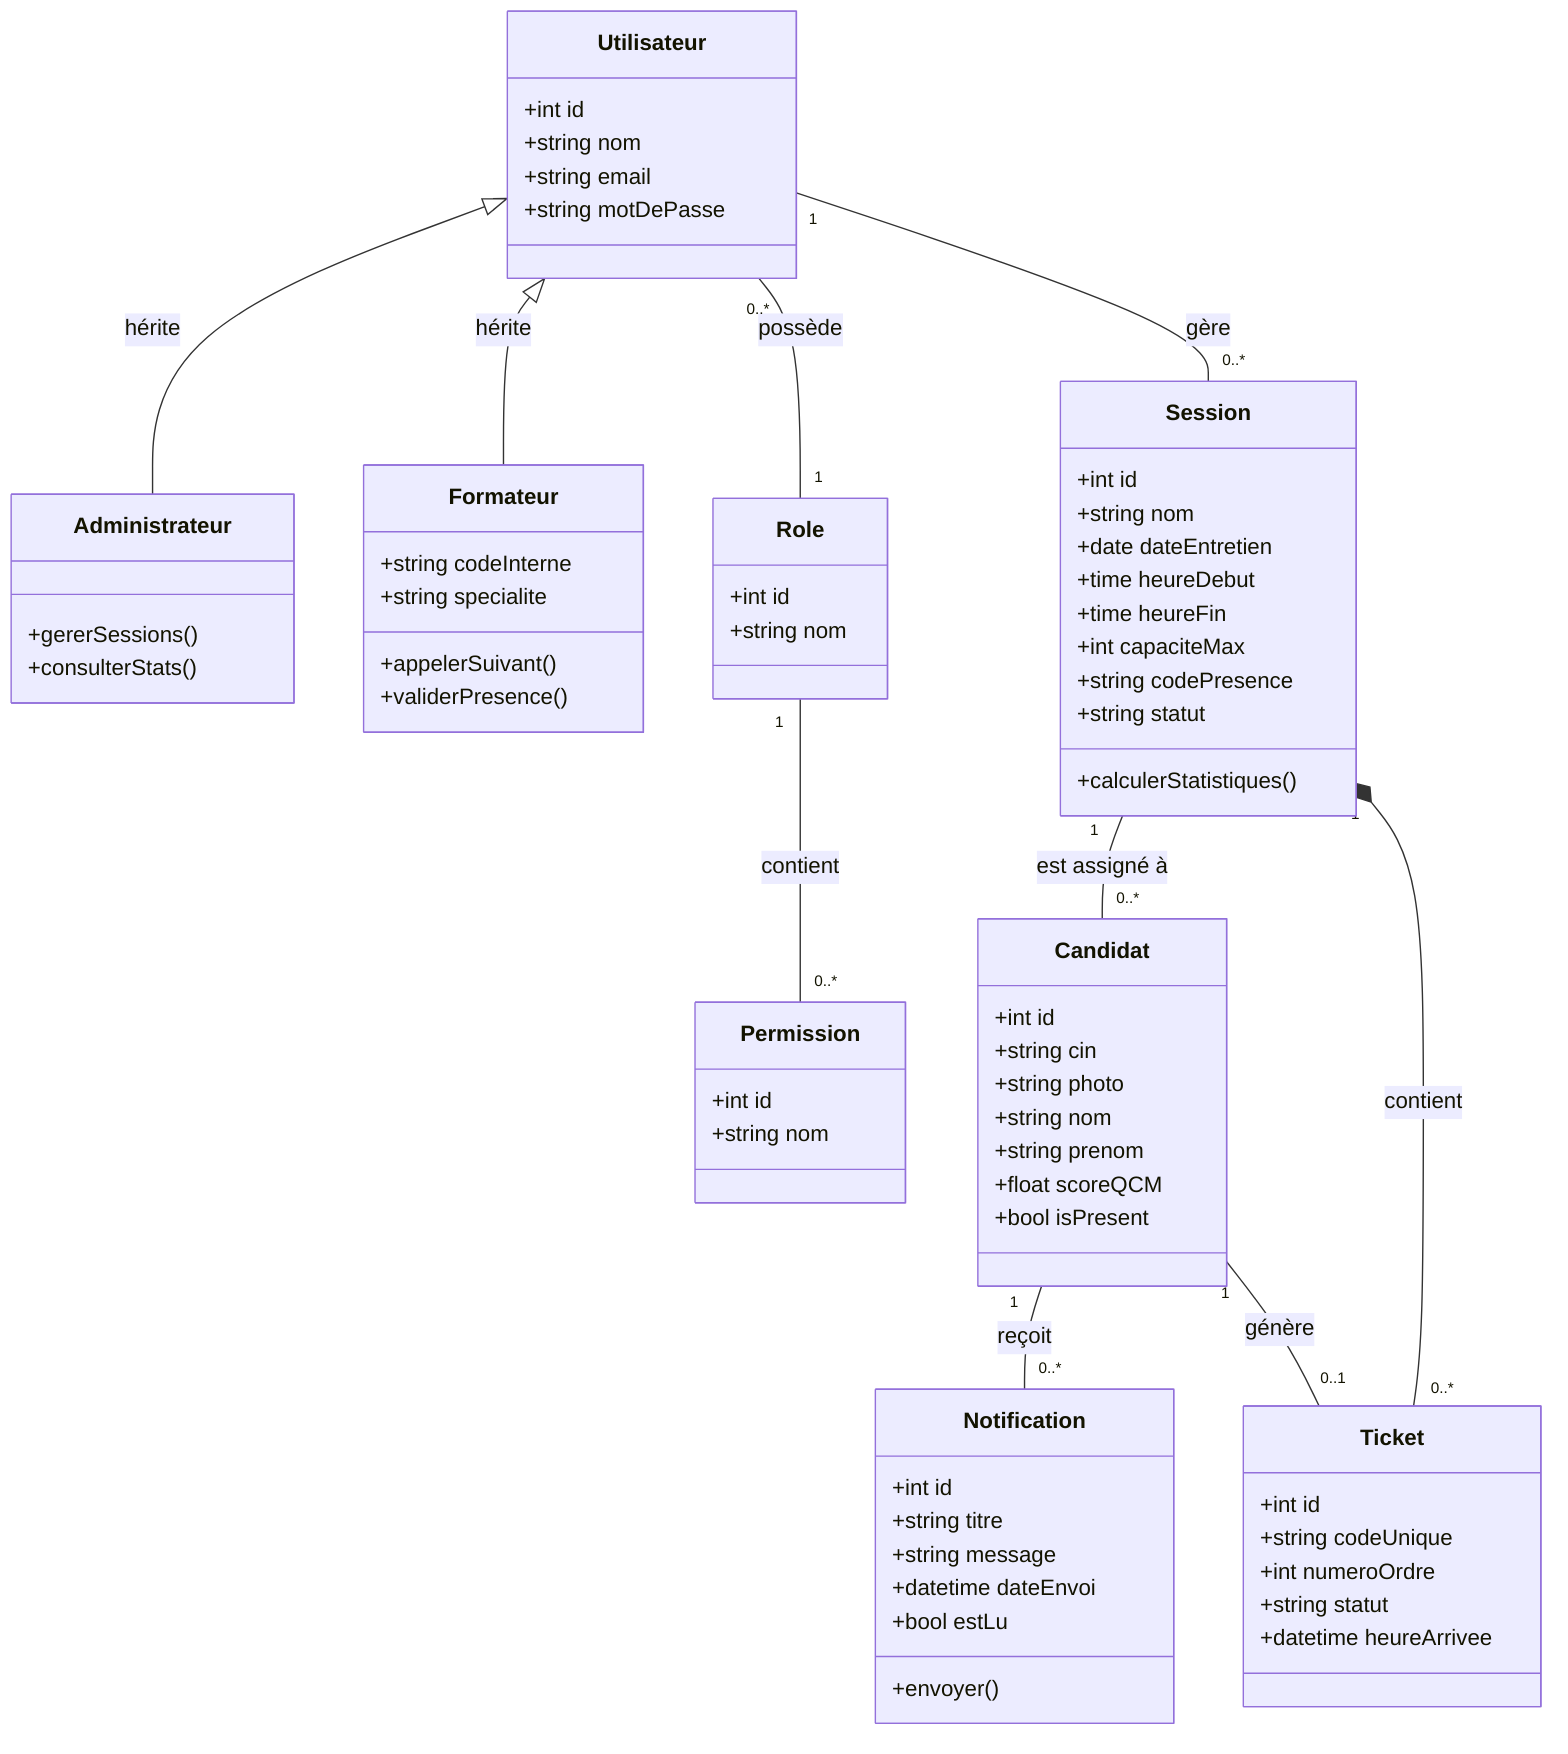
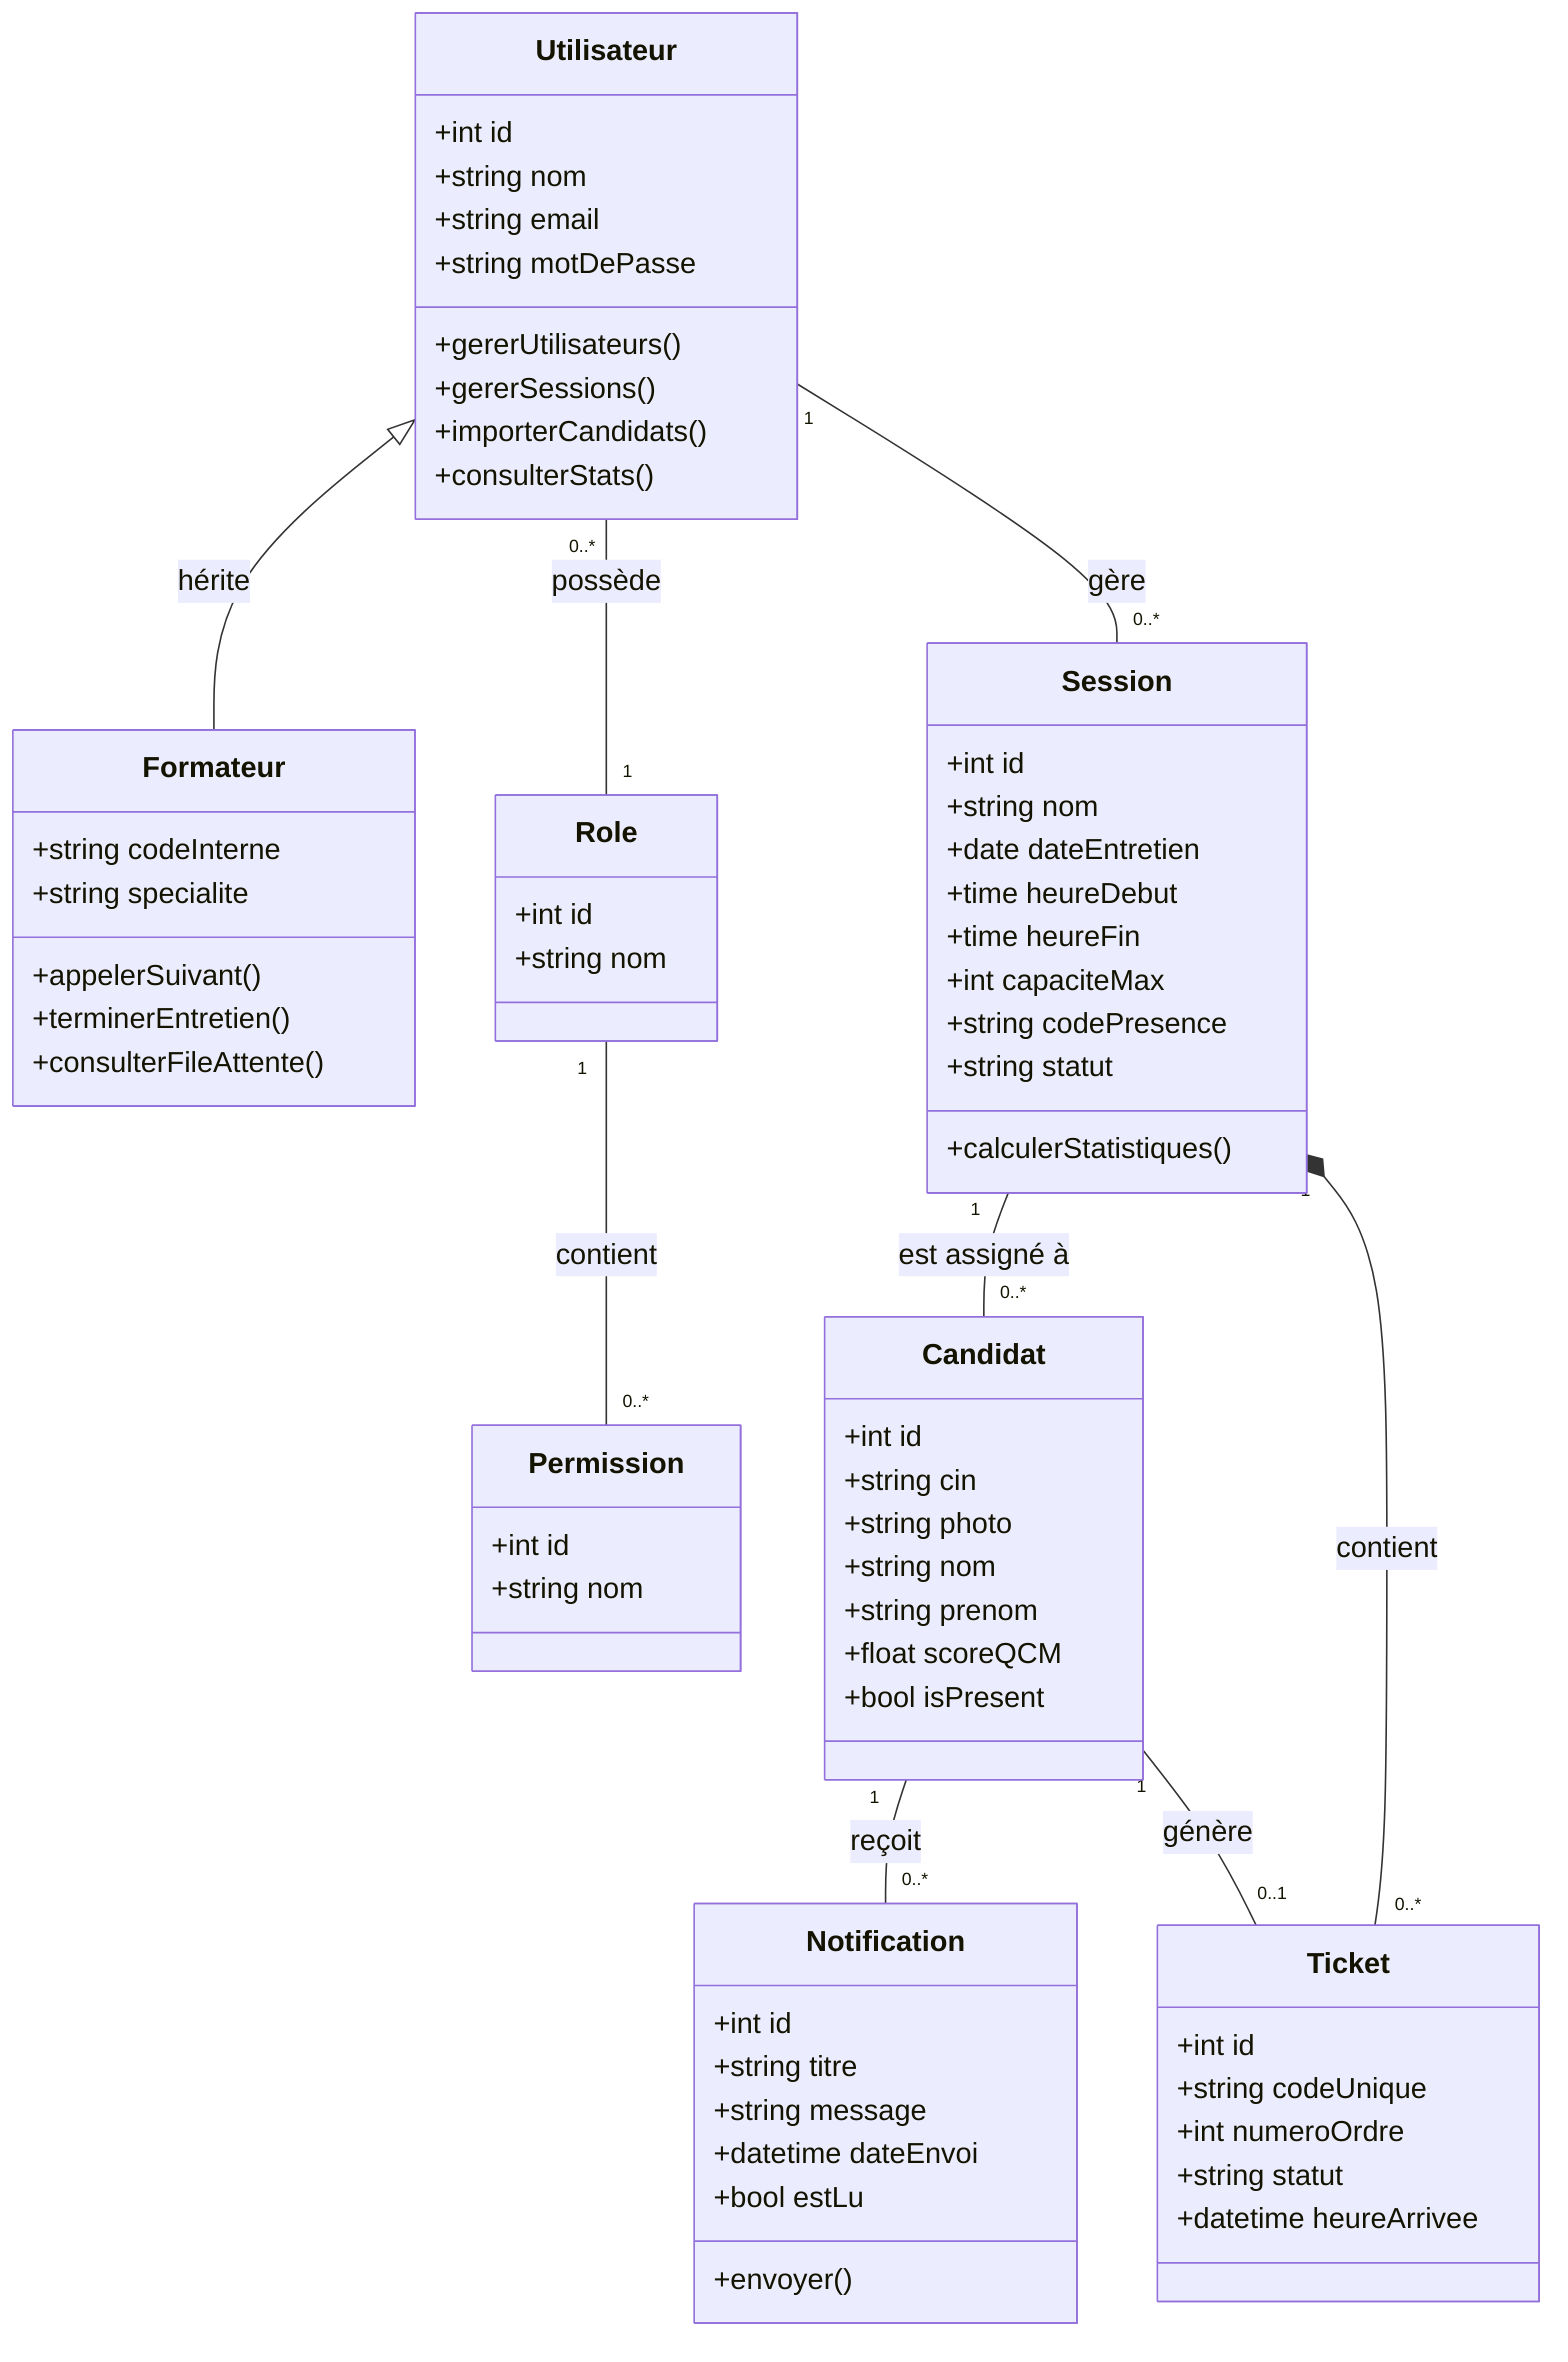
+ %%{init: { 'theme': 'default', 'themeVariables': { 'fontSize': '18px', 'fontFamily': 'Arial' }}}%%
classDiagram
-     %% Classe Parent
+     %% Classe Parent (Regroupe les utilisateurs)
    class Utilisateur {
        +int id
        +string nom
        +string email
        +string motDePasse
-     }
- 
-     %% Héritage avec attributs uniques pour le Staff
-     class Administrateur {
+         +gererUtilisateurs()
        +gererSessions()
+         +importerCandidats()
        +consulterStats()
    }

+     %% Héritage : Seul le Formateur a des attributs/méthodes métiers spécifiques différents
    class Formateur {
        +string codeInterne
        +string specialite
        +appelerSuivant()
-         +validerPresence()
+         +terminerEntretien()
+         +consulterFileAttente()
    }

-     Utilisateur <|-- Administrateur : hérite
    Utilisateur <|-- Formateur : hérite

-     %% Entité Notification
-     class Notification {
-         +int id
-         +string titre
-         +string message
-         +datetime dateEnvoi
-         +bool estLu
-         +envoyer()
-     }
- 
+     %% Gestion des Droits et Rôles (L'Admin sera une instance dans la table Role)
    class Role {
        +int id
        +string nom
    }

    class Permission {
        +int id
        +string nom
    }

+     %% Entités Métier
    class Session {
        +int id
        +string nom
        +date dateEntretien
        +time heureDebut
        +time heureFin
        +int capaciteMax
        +string codePresence
        +string statut
        +calculerStatistiques()
    }

    class Candidat {
        +int id
        +string cin
        +string photo
        +string nom
        +string prenom
        +float scoreQCM
        +bool isPresent
    }

    class Ticket {
        +int id
        +string codeUnique
        +int numeroOrdre
        +string statut
        +datetime heureArrivee
    }

+     class Notification {
+         +int id
+         +string titre
+         +string message
+         +datetime dateEnvoi
+         +bool estLu
+         +envoyer()
+     }
+ 
    %% Relations
    Utilisateur "0..*" -- "1" Role : possède
    Role "1" -- "0..*" Permission : contient
    Utilisateur "1" -- "0..*" Session : gère

-     %% SEUL LE CANDIDAT REÇOIT DES NOTIFICATIONS
+     %% Le Candidat reçoit des notifications
    Candidat "1" -- "0..*" Notification : reçoit

    Session "1" -- "0..*" Candidat : est assigné à
    Candidat "1" -- "0..1" Ticket : génère
    Session "1" *-- "0..*" Ticket : contient